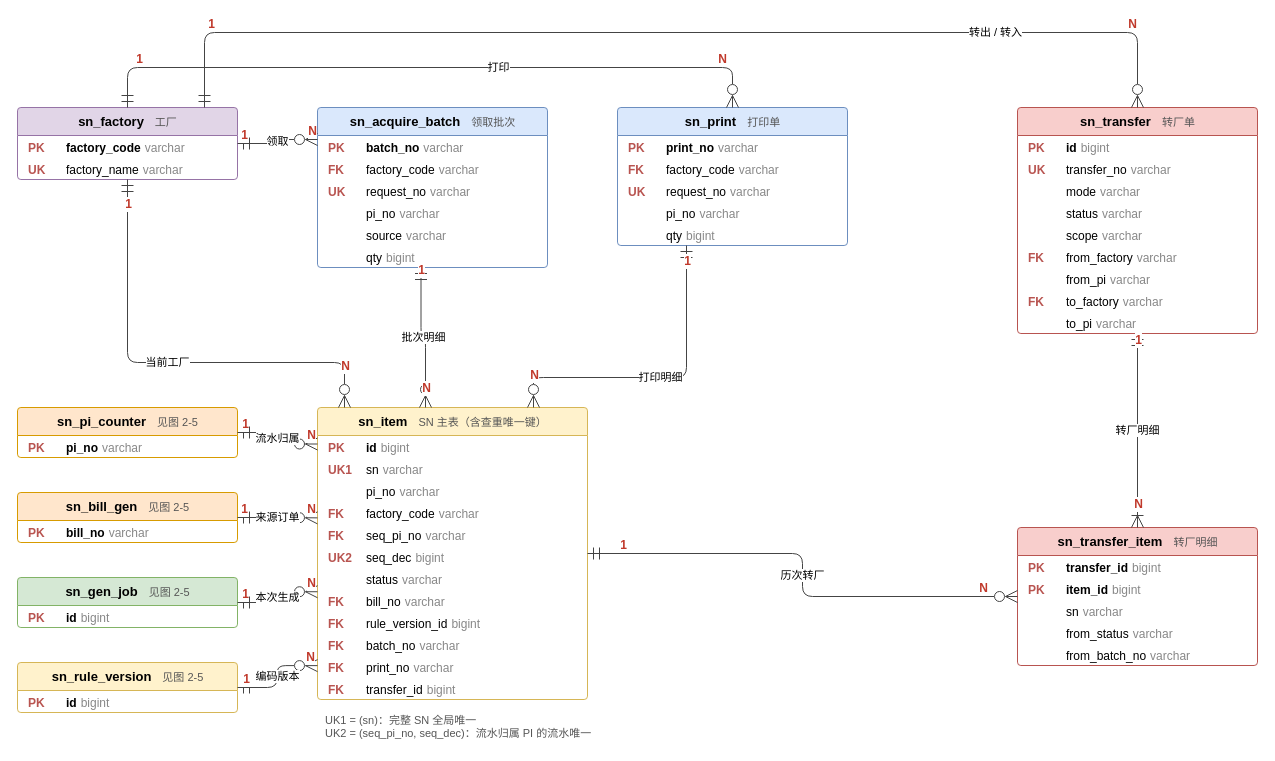
The draw.io diagram docs/images/系统技术方案/fig2-6-er-item.drawio in Createsnow/sn-center, before the edit. Source tidied: cells renumbered, new cells numbered last; positions are measured from the earlier drawing's top-left corner, leaving out a move shared by most shapes. Both pictures are drawn from the tidied source at 100%, with x=0, y=0 at pixel (17, 32).
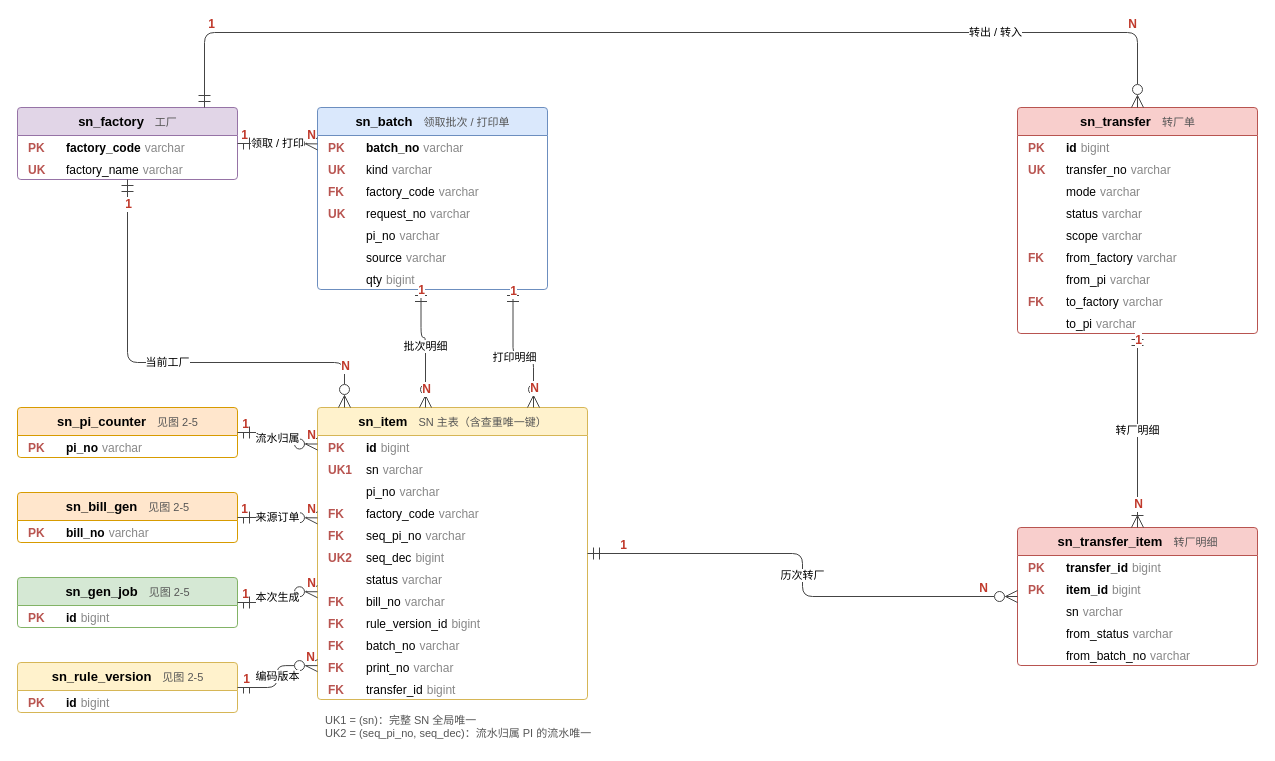
The same page after the edit.

Unchanged cells that the change refers to:
```xml
<mxCell id="2" value="&lt;b&gt;sn_factory&lt;/b&gt;&lt;font color=&quot;#555555&quot; style=&quot;font-size:11px&quot;&gt;　工厂&lt;/font&gt;" style="swimlane;fontStyle=0;horizontal=1;startSize=28;html=1;fillColor=#e1d5e7;strokeColor=#9673a6;swimlaneFillColor=#ffffff;rounded=1;arcSize=4;fontSize=13;fontFamily=Microsoft YaHei,PingFang SC,Helvetica,Arial,WenQuanYi Zen Hei,sans-serif;" parent="1" vertex="1">
  <mxGeometry y="75" width="220" height="72" as="geometry" />
</mxCell>
<mxCell id="28" value="&lt;b&gt;sn_item&lt;/b&gt;&lt;font color=&quot;#555555&quot; style=&quot;font-size:11px&quot;&gt;　SN 主表（含查重唯一键）&lt;/font&gt;" style="swimlane;fontStyle=0;horizontal=1;startSize=28;html=1;fillColor=#fff2cc;strokeColor=#d6b656;swimlaneFillColor=#ffffff;rounded=1;arcSize=4;fontSize=13;fontFamily=Microsoft YaHei,PingFang SC,Helvetica,Arial,WenQuanYi Zen Hei,sans-serif;" parent="1" vertex="1">
  <mxGeometry x="300" y="375" width="270" height="292" as="geometry" />
</mxCell>
```

The edit, as a diff of the source:
```diff
@@
-    <mxCell id="5" value="&lt;b&gt;sn_acquire_batch&lt;/b&gt;&lt;font color=&quot;#555555&quot; style=&quot;font-size:11px&quot;&gt;　领取批次&lt;/font&gt;" style="swimlane;fontStyle=0;horizontal=1;startSize=28;html=1;fillColor=#dae8fc;strokeColor=#6c8ebf;swimlaneFillColor=#ffffff;rounded=1;arcSize=4;fontSize=13;fontFamily=Microsoft YaHei,PingFang SC,Helvetica,Arial,WenQuanYi Zen Hei,sans-serif;" parent="1" vertex="1">
-      <mxGeometry x="300" y="75" width="230" height="160" as="geometry" />
+    <mxCell id="5" value="&lt;b&gt;sn_batch&lt;/b&gt;&lt;font color=&quot;#555555&quot; style=&quot;font-size:11px&quot;&gt;　领取批次 / 打印单&lt;/font&gt;" style="swimlane;fontStyle=0;horizontal=1;startSize=28;html=1;fillColor=#dae8fc;strokeColor=#6c8ebf;swimlaneFillColor=#ffffff;rounded=1;arcSize=4;fontSize=13;fontFamily=Microsoft YaHei,PingFang SC,Helvetica,Arial,WenQuanYi Zen Hei,sans-serif;" parent="1" vertex="1">
+      <mxGeometry x="300" y="75" width="230" height="182" as="geometry" />
     </mxCell>
@@
+    <mxCell id="92" value="&lt;table style=&quot;width:100%;font-size:12px&quot;&gt;&lt;tr&gt;&lt;td style=&quot;width:34px&quot;&gt;&lt;font color=&quot;#b85450&quot;&gt;&lt;b&gt;UK&lt;/b&gt;&lt;/font&gt;&lt;/td&gt;&lt;td&gt;kind&lt;/td&gt;&lt;td style=&quot;text-align:right;color:#888888&quot;&gt;varchar&lt;/td&gt;&lt;/tr&gt;&lt;/table&gt;" style="text;html=1;strokeColor=none;fillColor=none;align=left;verticalAlign=middle;spacingLeft=6;spacingRight=6;overflow=hidden;fontSize=12;fontFamily=Microsoft YaHei,PingFang SC,Helvetica,Arial,WenQuanYi Zen Hei,sans-serif;" parent="5" vertex="1">
+      <mxGeometry y="50" width="230" height="22" as="geometry" />
+    </mxCell>
     <mxCell id="7" value="&lt;table style=&quot;width:100%;font-size:12px&quot;&gt;&lt;tr&gt;&lt;td style=&quot;width:34px&quot;&gt;&lt;font color=&quot;#b85450&quot;&gt;&lt;b&gt;FK&lt;/b&gt;&lt;/font&gt;&lt;/td&gt;&lt;td&gt;factory_code&lt;/td&gt;&lt;td style=&quot;text-align:right;color:#888888&quot;&gt;varchar&lt;/td&gt;&lt;/tr&gt;&lt;/table&gt;" style="text;html=1;strokeColor=none;fillColor=none;align=left;verticalAlign=middle;spacingLeft=6;spacingRight=6;overflow=hidden;fontSize=12;fontFamily=Microsoft YaHei,PingFang SC,Helvetica,Arial,WenQuanYi Zen Hei,sans-serif;" parent="5" vertex="1">
-      <mxGeometry y="50" width="230" height="22" as="geometry" />
+      <mxGeometry y="72" width="230" height="22" as="geometry" />
     </mxCell>
     <mxCell id="8" value="&lt;table style=&quot;width:100%;font-size:12px&quot;&gt;&lt;tr&gt;&lt;td style=&quot;width:34px&quot;&gt;&lt;font color=&quot;#b85450&quot;&gt;&lt;b&gt;UK&lt;/b&gt;&lt;/font&gt;&lt;/td&gt;&lt;td&gt;request_no&lt;/td&gt;&lt;td style=&quot;text-align:right;color:#888888&quot;&gt;varchar&lt;/td&gt;&lt;/tr&gt;&lt;/table&gt;" style="text;html=1;strokeColor=none;fillColor=none;align=left;verticalAlign=middle;spacingLeft=6;spacingRight=6;overflow=hidden;fontSize=12;fontFamily=Microsoft YaHei,PingFang SC,Helvetica,Arial,WenQuanYi Zen Hei,sans-serif;" parent="5" vertex="1">
-      <mxGeometry y="72" width="230" height="22" as="geometry" />
+      <mxGeometry y="94" width="230" height="22" as="geometry" />
     </mxCell>
     <mxCell id="9" value="&lt;table style=&quot;width:100%;font-size:12px&quot;&gt;&lt;tr&gt;&lt;td style=&quot;width:34px&quot;&gt;&lt;/td&gt;&lt;td&gt;pi_no&lt;/td&gt;&lt;td style=&quot;text-align:right;color:#888888&quot;&gt;varchar&lt;/td&gt;&lt;/tr&gt;&lt;/table&gt;" style="text;html=1;strokeColor=none;fillColor=none;align=left;verticalAlign=middle;spacingLeft=6;spacingRight=6;overflow=hidden;fontSize=12;fontFamily=Microsoft YaHei,PingFang SC,Helvetica,Arial,WenQuanYi Zen Hei,sans-serif;" parent="5" vertex="1">
-      <mxGeometry y="94" width="230" height="22" as="geometry" />
+      <mxGeometry y="116" width="230" height="22" as="geometry" />
     </mxCell>
     <mxCell id="10" value="&lt;table style=&quot;width:100%;font-size:12px&quot;&gt;&lt;tr&gt;&lt;td style=&quot;width:34px&quot;&gt;&lt;/td&gt;&lt;td&gt;source&lt;/td&gt;&lt;td style=&quot;text-align:right;color:#888888&quot;&gt;varchar&lt;/td&gt;&lt;/tr&gt;&lt;/table&gt;" style="text;html=1;strokeColor=none;fillColor=none;align=left;verticalAlign=middle;spacingLeft=6;spacingRight=6;overflow=hidden;fontSize=12;fontFamily=Microsoft YaHei,PingFang SC,Helvetica,Arial,WenQuanYi Zen Hei,sans-serif;" parent="5" vertex="1">
-      <mxGeometry y="116" width="230" height="22" as="geometry" />
+      <mxGeometry y="138" width="230" height="22" as="geometry" />
     </mxCell>
     <mxCell id="11" value="&lt;table style=&quot;width:100%;font-size:12px&quot;&gt;&lt;tr&gt;&lt;td style=&quot;width:34px&quot;&gt;&lt;/td&gt;&lt;td&gt;qty&lt;/td&gt;&lt;td style=&quot;text-align:right;color:#888888&quot;&gt;bigint&lt;/td&gt;&lt;/tr&gt;&lt;/table&gt;" style="text;html=1;strokeColor=none;fillColor=none;align=left;verticalAlign=middle;spacingLeft=6;spacingRight=6;overflow=hidden;fontSize=12;fontFamily=Microsoft YaHei,PingFang SC,Helvetica,Arial,WenQuanYi Zen Hei,sans-serif;" parent="5" vertex="1">
-      <mxGeometry y="138" width="230" height="22" as="geometry" />
+      <mxGeometry y="160" width="230" height="22" as="geometry" />
     </mxCell>
-    <mxCell id="12" value="&lt;b&gt;sn_print&lt;/b&gt;&lt;font color=&quot;#555555&quot; style=&quot;font-size:11px&quot;&gt;　打印单&lt;/font&gt;" style="swimlane;fontStyle=0;horizontal=1;startSize=28;html=1;fillColor=#dae8fc;strokeColor=#6c8ebf;swimlaneFillColor=#ffffff;rounded=1;arcSize=4;fontSize=13;fontFamily=Microsoft YaHei,PingFang SC,Helvetica,Arial,WenQuanYi Zen Hei,sans-serif;" parent="1" vertex="1">
-      <mxGeometry x="600" y="75" width="230" height="138" as="geometry" />
-    </mxCell>
-    <mxCell id="13" value="&lt;table style=&quot;width:100%;font-size:12px&quot;&gt;&lt;tr&gt;&lt;td style=&quot;width:34px&quot;&gt;&lt;font color=&quot;#b85450&quot;&gt;&lt;b&gt;PK&lt;/b&gt;&lt;/font&gt;&lt;/td&gt;&lt;td&gt;&lt;b&gt;print_no&lt;/b&gt;&lt;/td&gt;&lt;td style=&quot;text-align:right;color:#888888&quot;&gt;varchar&lt;/td&gt;&lt;/tr&gt;&lt;/table&gt;" style="text;html=1;strokeColor=none;fillColor=none;align=left;verticalAlign=middle;spacingLeft=6;spacingRight=6;overflow=hidden;fontSize=12;fontFamily=Microsoft YaHei,PingFang SC,Helvetica,Arial,WenQuanYi Zen Hei,sans-serif;" parent="12" vertex="1">
-      <mxGeometry y="28" width="230" height="22" as="geometry" />
-    </mxCell>
-    <mxCell id="14" value="&lt;table style=&quot;width:100%;font-size:12px&quot;&gt;&lt;tr&gt;&lt;td style=&quot;width:34px&quot;&gt;&lt;font color=&quot;#b85450&quot;&gt;&lt;b&gt;FK&lt;/b&gt;&lt;/font&gt;&lt;/td&gt;&lt;td&gt;factory_code&lt;/td&gt;&lt;td style=&quot;text-align:right;color:#888888&quot;&gt;varchar&lt;/td&gt;&lt;/tr&gt;&lt;/table&gt;" style="text;html=1;strokeColor=none;fillColor=none;align=left;verticalAlign=middle;spacingLeft=6;spacingRight=6;overflow=hidden;fontSize=12;fontFamily=Microsoft YaHei,PingFang SC,Helvetica,Arial,WenQuanYi Zen Hei,sans-serif;" parent="12" vertex="1">
-      <mxGeometry y="50" width="230" height="22" as="geometry" />
-    </mxCell>
-    <mxCell id="15" value="&lt;table style=&quot;width:100%;font-size:12px&quot;&gt;&lt;tr&gt;&lt;td style=&quot;width:34px&quot;&gt;&lt;font color=&quot;#b85450&quot;&gt;&lt;b&gt;UK&lt;/b&gt;&lt;/font&gt;&lt;/td&gt;&lt;td&gt;request_no&lt;/td&gt;&lt;td style=&quot;text-align:right;color:#888888&quot;&gt;varchar&lt;/td&gt;&lt;/tr&gt;&lt;/table&gt;" style="text;html=1;strokeColor=none;fillColor=none;align=left;verticalAlign=middle;spacingLeft=6;spacingRight=6;overflow=hidden;fontSize=12;fontFamily=Microsoft YaHei,PingFang SC,Helvetica,Arial,WenQuanYi Zen Hei,sans-serif;" parent="12" vertex="1">
-      <mxGeometry y="72" width="230" height="22" as="geometry" />
-    </mxCell>
-    <mxCell id="16" value="&lt;table style=&quot;width:100%;font-size:12px&quot;&gt;&lt;tr&gt;&lt;td style=&quot;width:34px&quot;&gt;&lt;/td&gt;&lt;td&gt;pi_no&lt;/td&gt;&lt;td style=&quot;text-align:right;color:#888888&quot;&gt;varchar&lt;/td&gt;&lt;/tr&gt;&lt;/table&gt;" style="text;html=1;strokeColor=none;fillColor=none;align=left;verticalAlign=middle;spacingLeft=6;spacingRight=6;overflow=hidden;fontSize=12;fontFamily=Microsoft YaHei,PingFang SC,Helvetica,Arial,WenQuanYi Zen Hei,sans-serif;" parent="12" vertex="1">
-      <mxGeometry y="94" width="230" height="22" as="geometry" />
-    </mxCell>
-    <mxCell id="17" value="&lt;table style=&quot;width:100%;font-size:12px&quot;&gt;&lt;tr&gt;&lt;td style=&quot;width:34px&quot;&gt;&lt;/td&gt;&lt;td&gt;qty&lt;/td&gt;&lt;td style=&quot;text-align:right;color:#888888&quot;&gt;bigint&lt;/td&gt;&lt;/tr&gt;&lt;/table&gt;" style="text;html=1;strokeColor=none;fillColor=none;align=left;verticalAlign=middle;spacingLeft=6;spacingRight=6;overflow=hidden;fontSize=12;fontFamily=Microsoft YaHei,PingFang SC,Helvetica,Arial,WenQuanYi Zen Hei,sans-serif;" parent="12" vertex="1">
-      <mxGeometry y="116" width="230" height="22" as="geometry" />
-    </mxCell>
@@
-    <mxCell id="55" value="领取" style="edgeStyle=orthogonalEdgeStyle;rounded=1;html=1;strokeColor=#444444;fontSize=11;labelBackgroundColor=#ffffff;fontFamily=Microsoft YaHei,PingFang SC,Helvetica,Arial,WenQuanYi Zen Hei,sans-serif;exitX=1;exitY=0.5;exitDx=0;exitDy=0;entryX=0;entryY=0.2;entryDx=0;entryDy=0;startArrow=ERmandOne;endArrow=ERzeroToMany;startFill=0;endFill=0;startSize=10;endSize=10;" parent="1" edge="1" source="2" target="5">
+    <mxCell id="55" value="领取 / 打印" style="edgeStyle=orthogonalEdgeStyle;rounded=1;html=1;strokeColor=#444444;fontSize=11;labelBackgroundColor=#ffffff;fontFamily=Microsoft YaHei,PingFang SC,Helvetica,Arial,WenQuanYi Zen Hei,sans-serif;exitX=1;exitY=0.5;exitDx=0;exitDy=0;entryX=0;entryY=0.2;entryDx=0;entryDy=0;startArrow=ERmandOne;endArrow=ERzeroToMany;startFill=0;endFill=0;startSize=10;endSize=10;" parent="1" edge="1" source="2" target="5">
       <mxGeometry relative="1" as="geometry" />
     </mxCell>
@@
-    <mxCell id="58" value="打印" style="edgeStyle=orthogonalEdgeStyle;rounded=1;html=1;strokeColor=#444444;fontSize=11;labelBackgroundColor=#ffffff;fontFamily=Microsoft YaHei,PingFang SC,Helvetica,Arial,WenQuanYi Zen Hei,sans-serif;exitX=0.5;exitY=0;exitDx=0;exitDy=0;entryX=0.5;entryY=0;entryDx=0;entryDy=0;startArrow=ERmandOne;endArrow=ERzeroToMany;startFill=0;endFill=0;startSize=10;endSize=10;" parent="1" edge="1" source="2" target="12">
-      <mxGeometry x="0.2" relative="1" as="geometry">
-        <Array as="points">
-          <mxPoint x="110" y="35" />
-          <mxPoint x="715" y="35" />
-        </Array>
-      </mxGeometry>
-    </mxCell>
-    <mxCell id="59" value="1" style="edgeLabel;html=1;align=center;verticalAlign=middle;fontSize=12;fontColor=#c0392b;fontStyle=1;labelBackgroundColor=#ffffff;fontFamily=Microsoft YaHei,PingFang SC,Helvetica,Arial,WenQuanYi Zen Hei,sans-serif;" parent="58" vertex="1">
-      <mxGeometry x="-0.85" relative="1" as="geometry">
-        <mxPoint y="-9" as="offset" />
-      </mxGeometry>
-    </mxCell>
-    <mxCell id="60" value="N" style="edgeLabel;html=1;align=center;verticalAlign=middle;fontSize=12;fontColor=#c0392b;fontStyle=1;labelBackgroundColor=#ffffff;fontFamily=Microsoft YaHei,PingFang SC,Helvetica,Arial,WenQuanYi Zen Hei,sans-serif;" parent="58" vertex="1">
-      <mxGeometry x="0.85" relative="1" as="geometry">
-        <mxPoint y="-9" as="offset" />
-      </mxGeometry>
-    </mxCell>
@@
-    <mxCell id="70" value="打印明细" style="edgeStyle=orthogonalEdgeStyle;rounded=1;html=1;strokeColor=#444444;fontSize=11;labelBackgroundColor=#ffffff;fontFamily=Microsoft YaHei,PingFang SC,Helvetica,Arial,WenQuanYi Zen Hei,sans-serif;exitX=0.3;exitY=1;exitDx=0;exitDy=0;entryX=0.8;entryY=0;entryDx=0;entryDy=0;startArrow=ERmandOne;endArrow=ERzeroToMany;startFill=0;endFill=0;startSize=10;endSize=10;" parent="1" edge="1" source="12" target="28">
+    <mxCell id="70" value="打印明细" style="edgeStyle=orthogonalEdgeStyle;rounded=1;html=1;strokeColor=#444444;fontSize=11;labelBackgroundColor=#ffffff;fontFamily=Microsoft YaHei,PingFang SC,Helvetica,Arial,WenQuanYi Zen Hei,sans-serif;exitX=0.85;exitY=1;exitDx=0;exitDy=0;entryX=0.8;entryY=0;entryDx=0;entryDy=0;startArrow=ERmandOne;endArrow=ERzeroToMany;startFill=0;endFill=0;startSize=10;endSize=10;" parent="1" edge="1" source="5" target="28">
       <mxGeometry relative="1" as="geometry">
         <Array as="points">
-          <mxPoint x="669" y="345" />
-          <mxPoint x="516" y="345" />
+          <mxPoint x="496" y="325" />
+          <mxPoint x="516" y="325" />
         </Array>
       </mxGeometry>
     </mxCell>
```
